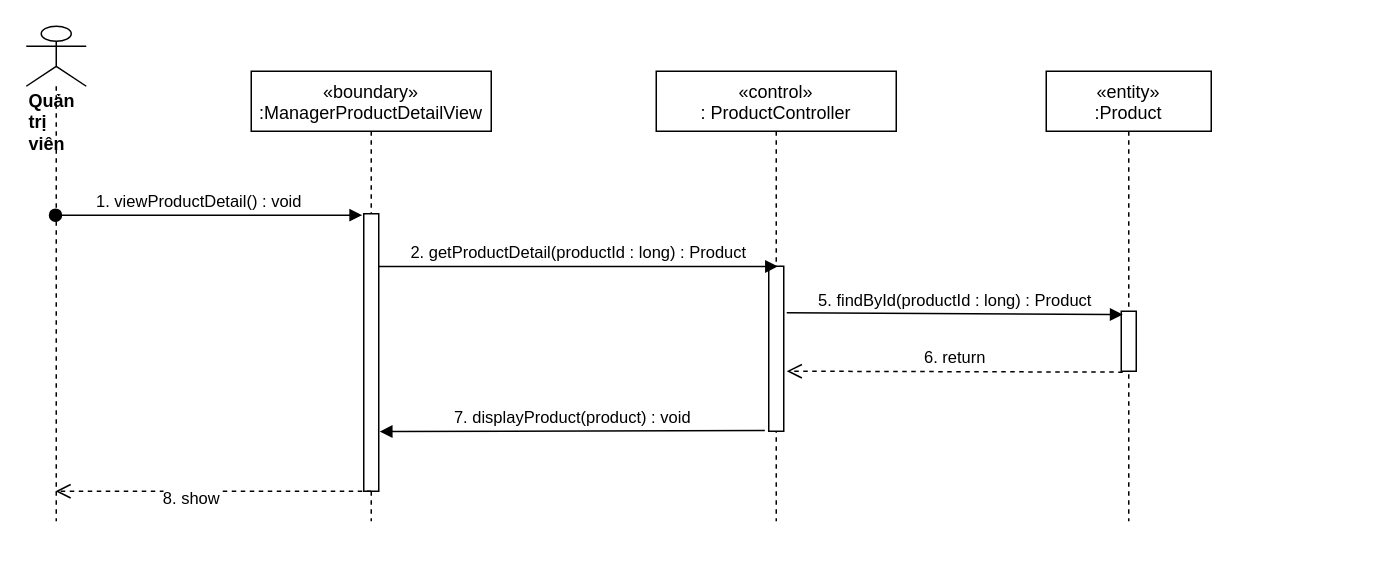
This is sequence diagram/view-ProductDetail-manager-sequence.drawio from nguyenphamvan/datn_20202, a draw.io file, before an edit. Source tidied: cells renumbered, new cells numbered last; positions are measured from the earlier drawing's top-left corner, leaving out a move shared by most shapes. Both pictures are drawn from the tidied source at 150%, with x=0, y=0 at pixel (26, 26).
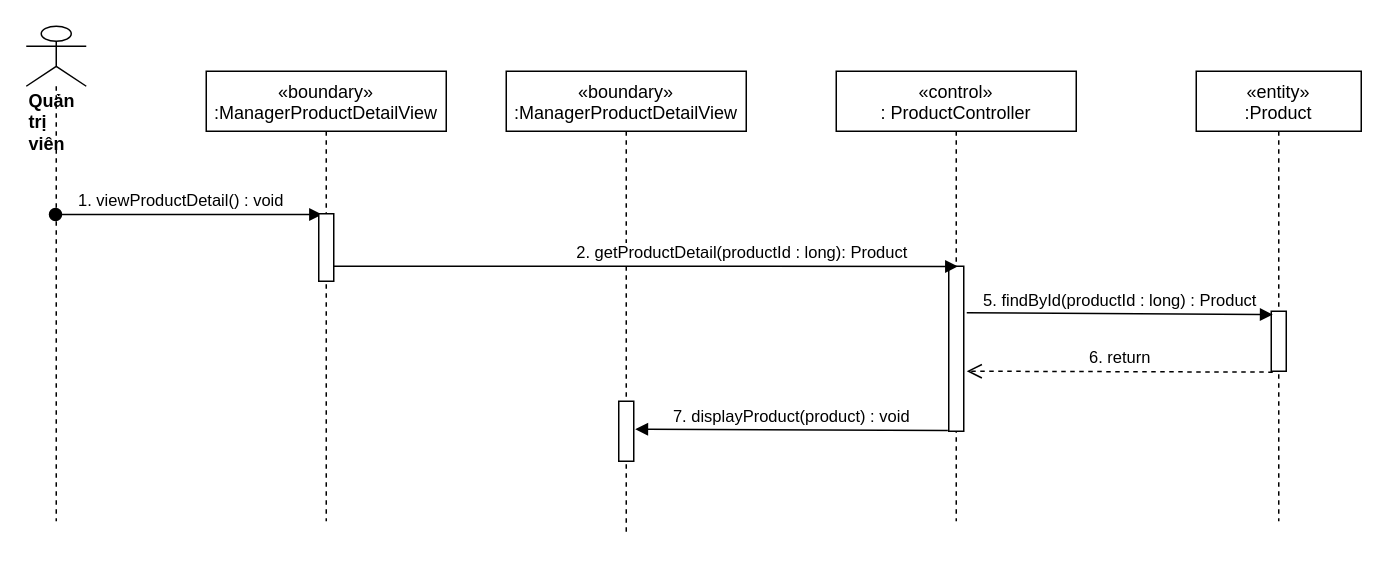
The same page after the edit.

What changed in the source:
```diff
@@
 <mxGraphModel>
   <root>
     <mxCell id="0" />
     <mxCell id="1" parent="0" />
     <mxCell id="2" value="«boundary»&#10;:ManagerProductDetailView" style="shape=umlLifeline;perimeter=lifelinePerimeter;rounded=0;shadow=0;strokeWidth=1;" parent="1" vertex="1">
-      <mxGeometry x="150" y="30" width="160" height="300" as="geometry" />
+      <mxGeometry x="320" y="30" width="160" height="310" as="geometry" />
     </mxCell>
     <mxCell id="3" style="points=[];perimeter=orthogonalPerimeter;rounded=0;shadow=0;strokeWidth=1;" parent="2" vertex="1">
-      <mxGeometry x="75" y="95" width="10" height="185" as="geometry" />
+      <mxGeometry x="75" y="220" width="10" height="40" as="geometry" />
     </mxCell>
     <mxCell id="4" value="«control»&#10;: ProductController" style="shape=umlLifeline;perimeter=lifelinePerimeter;rounded=0;shadow=0;strokeWidth=1;" parent="1" vertex="1">
-      <mxGeometry x="420" y="30" width="160" height="300" as="geometry" />
+      <mxGeometry x="540" y="30" width="160" height="300" as="geometry" />
     </mxCell>
     <mxCell id="5" style="points=[];perimeter=orthogonalPerimeter;rounded=0;shadow=0;strokeWidth=1;" parent="4" vertex="1">
       <mxGeometry x="75" y="130" width="10" height="110" as="geometry" />
     </mxCell>
     <mxCell id="6" value="&lt;div&gt;&lt;b&gt;Quản trị viên&lt;/b&gt;&lt;/div&gt;" style="shape=umlLifeline;participant=umlActor;perimeter=lifelinePerimeter;whiteSpace=wrap;html=1;verticalAlign=top;spacingTop=36;outlineConnect=0;align=left;size=40;" parent="1" vertex="1">
       <mxGeometry width="40" height="330" as="geometry" />
     </mxCell>
-    <mxCell id="7" value="1. viewProductDetail() : void" style="verticalAlign=bottom;startArrow=oval;endArrow=block;startSize=8;shadow=0;strokeWidth=1;entryX=-0.1;entryY=0.005;entryDx=0;entryDy=0;entryPerimeter=0;" parent="1" edge="1" source="6" target="3">
+    <mxCell id="7" value="1. viewProductDetail() : void" style="verticalAlign=bottom;startArrow=oval;endArrow=block;startSize=8;shadow=0;strokeWidth=1;entryX=0.22;entryY=0.011;entryDx=0;entryDy=0;entryPerimeter=0;" parent="1" edge="1" source="6" target="17">
       <mxGeometry x="-0.06" relative="1" as="geometry" />
     </mxCell>
-    <mxCell id="8" value="2. getProductDetail(productId : long) : Product" style="html=1;verticalAlign=bottom;endArrow=block;entryX=0.617;entryY=0.001;entryDx=0;entryDy=0;entryPerimeter=0;" parent="1" edge="1" source="3" target="5">
-      <mxGeometry relative="1" as="geometry" />
+    <mxCell id="8" value="2. getProductDetail(productId : long): Product" style="html=1;verticalAlign=bottom;endArrow=block;entryX=0.617;entryY=0.001;entryDx=0;entryDy=0;entryPerimeter=0;" parent="1" edge="1" target="5">
+      <mxGeometry x="0.31" relative="1" as="geometry">
+        <mxPoint x="204" y="160" as="sourcePoint" />
+      </mxGeometry>
     </mxCell>
     <mxCell id="9" value="«entity»&#10;:Product" style="shape=umlLifeline;perimeter=lifelinePerimeter;rounded=0;shadow=0;strokeWidth=1;" parent="1" vertex="1">
-      <mxGeometry x="680" y="30" width="110" height="300" as="geometry" />
+      <mxGeometry x="780" y="30" width="110" height="300" as="geometry" />
     </mxCell>
     <mxCell id="10" style="points=[];perimeter=orthogonalPerimeter;rounded=0;shadow=0;strokeWidth=1;" parent="9" vertex="1">
       <mxGeometry x="50" y="160" width="10" height="40" as="geometry" />
     </mxCell>
     <mxCell id="11" value="5. findById(productId : long) : Product" style="html=1;verticalAlign=bottom;endArrow=block;entryX=0.1;entryY=0.055;entryDx=0;entryDy=0;entryPerimeter=0;exitX=1.2;exitY=0.282;exitDx=0;exitDy=0;exitPerimeter=0;" parent="1" edge="1" source="5" target="10">
       <mxGeometry relative="1" as="geometry" />
     </mxCell>
     <mxCell id="12" value="6. return" style="html=1;verticalAlign=bottom;endArrow=open;dashed=1;endSize=8;exitX=0.1;exitY=1.015;exitDx=0;exitDy=0;exitPerimeter=0;entryX=1.2;entryY=0.636;entryDx=0;entryDy=0;entryPerimeter=0;" parent="1" edge="1" source="10" target="5">
       <mxGeometry relative="1" as="geometry" />
     </mxCell>
-    <mxCell id="13" style="html=1;verticalAlign=bottom;endArrow=open;dashed=1;endSize=8;exitX=0.5;exitY=1;exitDx=0;exitDy=0;exitPerimeter=0;" parent="1" edge="1" source="3" target="6">
-      <mxGeometry relative="1" as="geometry" />
-    </mxCell>
-    <mxCell id="14" value="8. show" style="edgeLabel;html=1;align=center;verticalAlign=middle;" parent="13" vertex="1">
-      <mxGeometry x="0.15" y="4" relative="1" as="geometry" />
-    </mxCell>
-    <mxCell id="15" value="7. displayProduct(product) : void" style="html=1;verticalAlign=bottom;endArrow=block;exitX=-0.26;exitY=0.995;exitDx=0;exitDy=0;exitPerimeter=0;entryX=1.06;entryY=0.785;entryDx=0;entryDy=0;entryPerimeter=0;" parent="1" edge="1" source="5" target="3">
+    <mxCell id="15" value="7. displayProduct(product) : void" style="html=1;verticalAlign=bottom;endArrow=block;entryX=1.1;entryY=0.465;entryDx=0;entryDy=0;entryPerimeter=0;exitX=-0.06;exitY=0.995;exitDx=0;exitDy=0;exitPerimeter=0;" parent="1" edge="1" source="5" target="3">
       <mxGeometry relative="1" as="geometry" />
     </mxCell>
+    <mxCell id="16" value="«boundary»&#10;:ManagerProductDetailView" style="shape=umlLifeline;perimeter=lifelinePerimeter;rounded=0;shadow=0;strokeWidth=1;" parent="1" vertex="1">
+      <mxGeometry x="120" y="30" width="160" height="300" as="geometry" />
+    </mxCell>
+    <mxCell id="17" style="points=[];perimeter=orthogonalPerimeter;rounded=0;shadow=0;strokeWidth=1;" parent="16" vertex="1">
+      <mxGeometry x="75" y="95" width="10" height="45" as="geometry" />
+    </mxCell>
   </root>
 </mxGraphModel>
```
